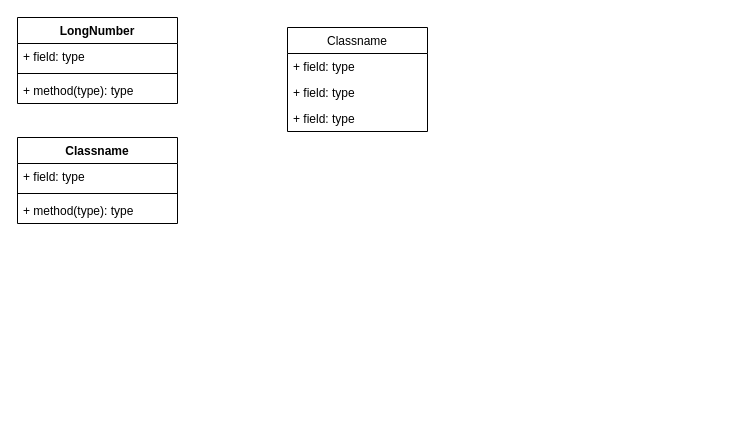
Before: Untitled Diagram.drawio in atarczynski/Another-Repository, a draw.io diagram. Source tidied: cells renumbered, new cells numbered last; positions are measured from the earlier drawing's top-left corner, leaving out a move shared by most shapes. Both pictures are drawn from the tidied source at 100%, with x=0, y=0 at pixel (17, 17).
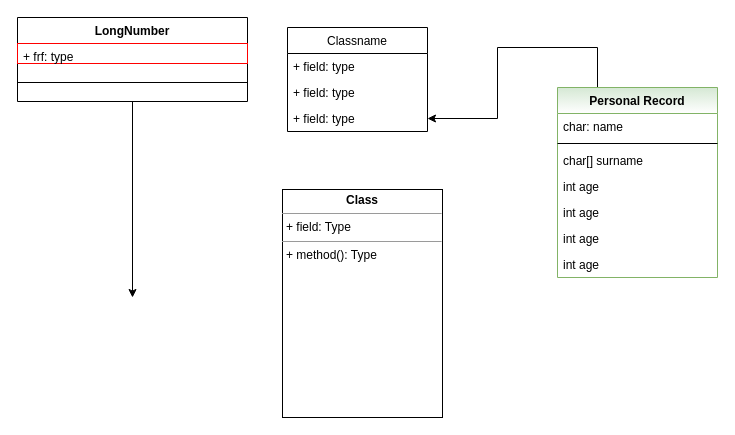
Above is the later version.

The change refers to these unchanged cells:
```xml
<mxCell id="9" value="+ field: type" style="text;strokeColor=none;fillColor=none;align=left;verticalAlign=top;spacingLeft=4;spacingRight=4;overflow=hidden;points=[[0,0.5],[1,0.5]];portConstraint=eastwest;" parent="6" vertex="1">
  <mxGeometry y="78" width="140" height="26" as="geometry" />
</mxCell>
```

The edit, as a diff of the source:
```diff
@@
+    <mxCell id="14" style="edgeStyle=none;rounded=0;jettySize=auto;html=1;exitX=0.5;exitY=1;exitDx=0;exitDy=0;" parent="1" edge="1" source="2">
+      <mxGeometry relative="1" as="geometry">
+        <mxPoint x="115" y="280" as="targetPoint" />
+      </mxGeometry>
+    </mxCell>
     <mxCell id="2" value="LongNumber" style="swimlane;fontStyle=1;align=center;verticalAlign=top;horizontal=1;startSize=26;" parent="1" vertex="1">
-      <mxGeometry width="160" height="86" as="geometry" />
+      <mxGeometry width="230" height="84" as="geometry" />
     </mxCell>
-    <mxCell id="3" value="+ field: type" style="text;strokeColor=none;fillColor=none;align=left;verticalAlign=top;spacingLeft=4;spacingRight=4;overflow=hidden;" parent="2" vertex="1">
-      <mxGeometry y="26" width="160" height="26" as="geometry" />
+    <mxCell id="3" value="+ frf: type" style="text;strokeColor=red;fillColor=none;align=left;verticalAlign=top;spacingLeft=4;spacingRight=4;overflow=hidden;" parent="2" vertex="1">
+      <mxGeometry y="26" width="230" height="20" as="geometry" />
     </mxCell>
     <mxCell id="4" style="line;strokeWidth=1;fillColor=none;align=left;verticalAlign=middle;spacingTop=-1;spacingLeft=3;spacingRight=3;labelPosition=right;" parent="2" vertex="1">
-      <mxGeometry y="52" width="160" height="8" as="geometry" />
+      <mxGeometry y="46" width="230" height="38" as="geometry" />
     </mxCell>
-    <mxCell id="5" value="+ method(type): type" style="text;strokeColor=none;fillColor=none;align=left;verticalAlign=top;spacingLeft=4;spacingRight=4;overflow=hidden;" parent="2" vertex="1">
-      <mxGeometry y="60" width="160" height="26" as="geometry" />
-    </mxCell>
@@
+    <mxCell id="15" style="edgeStyle=none;rounded=0;jettySize=auto;html=1;exitX=0.25;exitY=0;exitDx=0;exitDy=0;entryX=1;entryY=0.5;entryDx=0;entryDy=0;" parent="1" edge="1" source="10" target="9">
+      <mxGeometry relative="1" as="geometry">
+        <Array as="points">
+          <mxPoint x="580" y="30" />
+          <mxPoint x="480" y="30" />
+          <mxPoint x="480" y="101" />
+        </Array>
+      </mxGeometry>
+    </mxCell>
-    <mxCell id="10" value="Classname" style="swimlane;fontStyle=1;align=center;verticalAlign=top;horizontal=1;startSize=26;" parent="1" vertex="1">
-      <mxGeometry y="120" width="160" height="86" as="geometry" />
+    <mxCell id="10" value="Personal Record" style="swimlane;fontStyle=1;align=center;verticalAlign=top;horizontal=1;startSize=26;fillColor=#d5e8d4;strokeColor=#82b366;gradientColor=#ffffff;" parent="1" vertex="1">
+      <mxGeometry x="540" y="70" width="160" height="190" as="geometry" />
     </mxCell>
-    <mxCell id="11" value="+ field: type" style="text;strokeColor=none;fillColor=none;align=left;verticalAlign=top;spacingLeft=4;spacingRight=4;overflow=hidden;" parent="10" vertex="1">
+    <mxCell id="11" value="char: name" style="text;strokeColor=none;fillColor=none;align=left;verticalAlign=top;spacingLeft=4;spacingRight=4;overflow=hidden;" parent="10" vertex="1">
       <mxGeometry y="26" width="160" height="26" as="geometry" />
     </mxCell>
@@
+    <mxCell id="5" value="char[] surname" style="text;strokeColor=none;fillColor=none;align=left;verticalAlign=top;spacingLeft=4;spacingRight=4;overflow=hidden;" parent="10" vertex="1">
+      <mxGeometry y="60" width="160" height="26" as="geometry" />
+    </mxCell>
-    <mxCell id="13" value="+ method(type): type" style="text;strokeColor=none;fillColor=none;align=left;verticalAlign=top;spacingLeft=4;spacingRight=4;overflow=hidden;" parent="10" vertex="1">
-      <mxGeometry y="60" width="160" height="26" as="geometry" />
+    <mxCell id="13" value="int age" style="text;strokeColor=none;fillColor=none;align=left;verticalAlign=top;spacingLeft=4;spacingRight=4;overflow=hidden;" parent="10" vertex="1">
+      <mxGeometry y="86" width="160" height="26" as="geometry" />
     </mxCell>
+    <mxCell id="16" value="int age" style="text;strokeColor=none;fillColor=none;align=left;verticalAlign=top;spacingLeft=4;spacingRight=4;overflow=hidden;" parent="10" vertex="1">
+      <mxGeometry y="112" width="160" height="26" as="geometry" />
+    </mxCell>
+    <mxCell id="17" value="int age" style="text;strokeColor=none;fillColor=none;align=left;verticalAlign=top;spacingLeft=4;spacingRight=4;overflow=hidden;" parent="10" vertex="1">
+      <mxGeometry y="138" width="160" height="26" as="geometry" />
+    </mxCell>
+    <mxCell id="18" value="int age" style="text;strokeColor=none;fillColor=none;align=left;verticalAlign=top;spacingLeft=4;spacingRight=4;overflow=hidden;" parent="10" vertex="1">
+      <mxGeometry y="164" width="160" height="26" as="geometry" />
+    </mxCell>
+    <mxCell id="19" value="&lt;p style=&quot;margin:0px;margin-top:4px;text-align:center;&quot;&gt;&lt;b&gt;Class&lt;/b&gt;&lt;/p&gt;&lt;hr size=&quot;1&quot;/&gt;&lt;p style=&quot;margin:0px;margin-left:4px;&quot;&gt;+ field: Type&lt;/p&gt;&lt;hr size=&quot;1&quot;/&gt;&lt;p style=&quot;margin:0px;margin-left:4px;&quot;&gt;+ method(): Type&lt;/p&gt;" style="verticalAlign=top;align=left;overflow=fill;fontSize=12;fontFamily=Helvetica;html=1;" parent="1" vertex="1">
+      <mxGeometry x="265" y="172" width="160" height="228" as="geometry" />
+    </mxCell>
```
